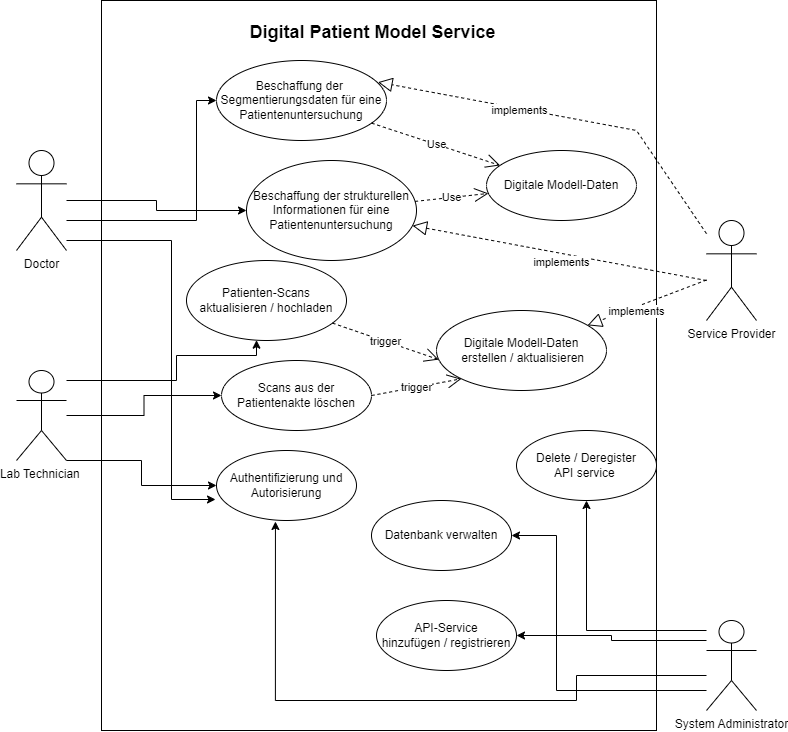
Earlier version of the draw.io export ArchitectureTaskDiagram/usecase-1.png (bsuman/jobrelatred). Source tidied: cells renumbered, new cells last; positions are measured from the earlier drawing's top-left corner, leaving out a move shared by most shapes.
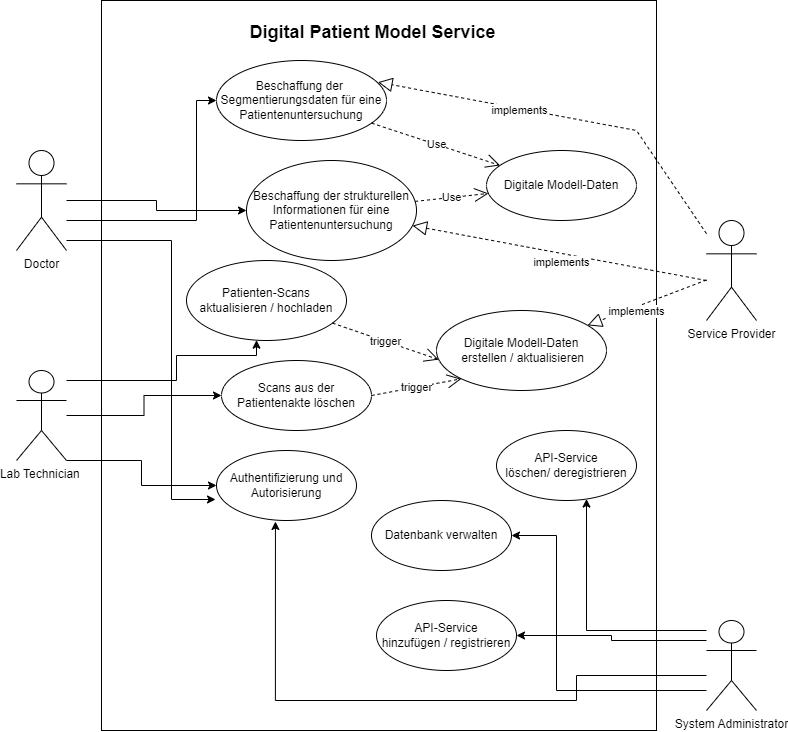
The same diagram one commit later.

What changed in the source:
```diff
@@ -103,8 +103,8 @@
     <mxCell id="21" value="Datenbank verwalten" style="ellipse;whiteSpace=wrap;html=1;" parent="1" vertex="1">
       <mxGeometry x="355" y="500" width="140" height="70" as="geometry" />
     </mxCell>
-    <mxCell id="22" value="Delete / Deregister &lt;br&gt;API service&amp;nbsp;" style="ellipse;whiteSpace=wrap;html=1;" parent="1" vertex="1">
-      <mxGeometry x="500" y="430" width="140" height="70" as="geometry" />
+    <mxCell id="22" value="API-Service&lt;br style=&quot;border-color: var(--border-color);&quot;&gt;löschen/ deregistrieren" style="ellipse;whiteSpace=wrap;html=1;" parent="1" vertex="1">
+      <mxGeometry x="480" y="430" width="140" height="70" as="geometry" />
     </mxCell>
     <mxCell id="23" value="Authentifizierung und Autorisierung" style="ellipse;whiteSpace=wrap;html=1;" parent="1" vertex="1">
       <mxGeometry x="200" y="450" width="140" height="70" as="geometry" />
```
